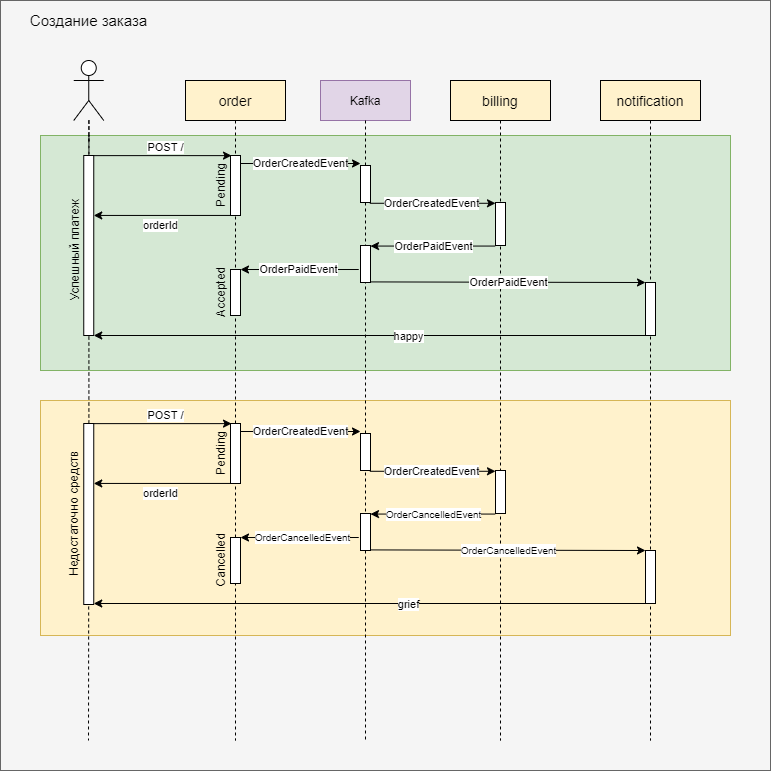
GUR-ok/otus-microservice-architecture keeps this draw.io diagram as hw9/img5.png. Above is the earlier version. Source tidied: cells renumbered, new cells last; positions are measured from the earlier drawing's top-left corner, leaving out a move shared by most shapes.
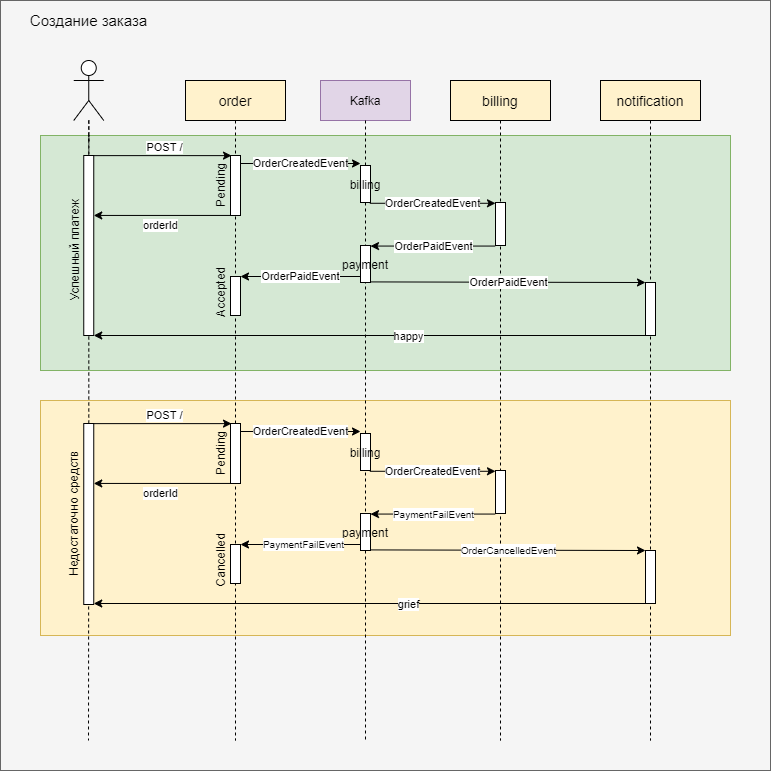
After the commit.

Diff of the diagram source:
```diff
@@ -63,7 +63,7 @@
         <mxPoint x="365" y="740" as="targetPoint" />
       </mxGeometry>
     </mxCell>
-    <mxCell id="21" style="points=[];perimeter=orthogonalPerimeter;rounded=0;shadow=0;strokeWidth=1;" parent="1" vertex="1">
+    <mxCell id="21" value="billing" style="points=[];perimeter=orthogonalPerimeter;rounded=0;shadow=0;strokeWidth=1;" parent="1" vertex="1">
       <mxGeometry x="360" y="165" width="10" height="37" as="geometry" />
     </mxCell>
     <mxCell id="22" style="edgeStyle=orthogonalEdgeStyle;rounded=0;jettySize=auto;html=1;labelBackgroundColor=#FFFFFF;fontSize=12;endArrow=none;endFill=0;dashed=1;entryX=0.5;entryY=0;entryDx=0;entryDy=0;" parent="1" edge="1" source="19" target="21">
@@ -78,16 +78,16 @@
     <mxCell id="25" value="OrderPaidEvent" style="endArrow=classic;html=1;exitX=-0.021;exitY=1.013;exitDx=0;exitDy=0;exitPerimeter=0;" parent="1" edge="1" source="7" target="26">
       <mxGeometry relative="1" as="geometry" />
     </mxCell>
-    <mxCell id="26" style="points=[];perimeter=orthogonalPerimeter;rounded=0;shadow=0;strokeWidth=1;" parent="1" vertex="1">
+    <mxCell id="26" value="payment" style="points=[];perimeter=orthogonalPerimeter;rounded=0;shadow=0;strokeWidth=1;" parent="1" vertex="1">
       <mxGeometry x="360" y="245" width="10" height="37" as="geometry" />
     </mxCell>
     <mxCell id="27" value="OrderPaidEvent" style="endArrow=classic;html=1;exitX=0.997;exitY=0.984;exitDx=0;exitDy=0;exitPerimeter=0;" parent="1" edge="1" source="26" target="9">
       <mxGeometry relative="1" as="geometry" />
     </mxCell>
     <mxCell id="28" style="points=[];perimeter=orthogonalPerimeter;rounded=0;shadow=0;strokeWidth=1;" parent="1" vertex="1">
-      <mxGeometry x="230" y="269" width="10" height="46" as="geometry" />
+      <mxGeometry x="230" y="276" width="10" height="39" as="geometry" />
     </mxCell>
-    <mxCell id="29" value="OrderPaidEvent" style="endArrow=classic;html=1;exitX=-0.176;exitY=0.649;exitDx=0;exitDy=0;exitPerimeter=0;" parent="1" edge="1" source="26" target="28">
+    <mxCell id="29" value="OrderPaidEvent" style="endArrow=classic;html=1;" parent="1" edge="1" source="26" target="28">
       <mxGeometry relative="1" as="geometry" />
     </mxCell>
     <mxCell id="30" value="Accepted" style="text;html=1;strokeColor=none;fillColor=none;align=center;verticalAlign=middle;whiteSpace=wrap;rounded=0;rotation=-90;" parent="1" vertex="1">
@@ -120,7 +120,7 @@
     <mxCell id="39" value="grief" style="edgeLabel;html=1;align=center;verticalAlign=middle;" parent="38" vertex="1">
       <mxGeometry x="-0.13" relative="1" as="geometry" />
     </mxCell>
-    <mxCell id="40" style="points=[];perimeter=orthogonalPerimeter;rounded=0;shadow=0;strokeWidth=1;" parent="1" vertex="1">
+    <mxCell id="40" value="billing" style="points=[];perimeter=orthogonalPerimeter;rounded=0;shadow=0;strokeWidth=1;" parent="1" vertex="1">
       <mxGeometry x="360" y="433" width="10" height="37" as="geometry" />
     </mxCell>
     <mxCell id="41" value="OrderCreatedEvent" style="endArrow=classic;html=1;entryX=0;entryY=-0.054;entryDx=0;entryDy=0;entryPerimeter=0;" parent="1" edge="1" source="37" target="40">
@@ -129,19 +129,19 @@
     <mxCell id="42" value="OrderCreatedEvent" style="endArrow=classic;html=1;exitX=0.928;exitY=1.021;exitDx=0;exitDy=0;exitPerimeter=0;" parent="1" edge="1" source="40" target="32">
       <mxGeometry relative="1" as="geometry" />
     </mxCell>
-    <mxCell id="43" value="&lt;font style=&quot;font-size: 10px&quot;&gt;OrderCancelledEvent&lt;/font&gt;" style="endArrow=classic;html=1;exitX=-0.021;exitY=1.013;exitDx=0;exitDy=0;exitPerimeter=0;" parent="1" edge="1" source="32" target="44">
+    <mxCell id="43" value="&lt;font style=&quot;font-size: 10px&quot;&gt;PaymentFailEvent&lt;/font&gt;" style="endArrow=classic;html=1;exitX=-0.021;exitY=1.013;exitDx=0;exitDy=0;exitPerimeter=0;" parent="1" edge="1" source="32" target="44">
       <mxGeometry relative="1" as="geometry" />
     </mxCell>
-    <mxCell id="44" style="points=[];perimeter=orthogonalPerimeter;rounded=0;shadow=0;strokeWidth=1;" parent="1" vertex="1">
+    <mxCell id="44" value="payment" style="points=[];perimeter=orthogonalPerimeter;rounded=0;shadow=0;strokeWidth=1;" parent="1" vertex="1">
       <mxGeometry x="360" y="513" width="10" height="37" as="geometry" />
     </mxCell>
     <mxCell id="45" value="&lt;span style=&quot;font-size: 10px&quot;&gt;OrderCancelledEvent&lt;/span&gt;" style="endArrow=classic;html=1;exitX=0.997;exitY=0.984;exitDx=0;exitDy=0;exitPerimeter=0;" parent="1" edge="1" source="44" target="33">
       <mxGeometry relative="1" as="geometry" />
     </mxCell>
     <mxCell id="46" style="points=[];perimeter=orthogonalPerimeter;rounded=0;shadow=0;strokeWidth=1;" parent="1" vertex="1">
-      <mxGeometry x="230" y="537" width="10" height="46" as="geometry" />
+      <mxGeometry x="230" y="544" width="10" height="39" as="geometry" />
     </mxCell>
-    <mxCell id="47" value="&lt;span style=&quot;font-size: 10px&quot;&gt;OrderCancelledEvent&lt;/span&gt;" style="endArrow=classic;html=1;exitX=-0.176;exitY=0.649;exitDx=0;exitDy=0;exitPerimeter=0;" parent="1" edge="1" source="44" target="46">
+    <mxCell id="47" value="&lt;span style=&quot;font-size: 10px&quot;&gt;PaymentFailEvent&lt;/span&gt;" style="endArrow=classic;html=1;" parent="1" edge="1" source="44" target="46">
       <mxGeometry x="-0.05" relative="1" as="geometry" />
     </mxCell>
     <mxCell id="48" value="Cancelled" style="text;html=1;strokeColor=none;fillColor=none;align=center;verticalAlign=middle;whiteSpace=wrap;rounded=0;rotation=-90;" parent="1" vertex="1">
```
